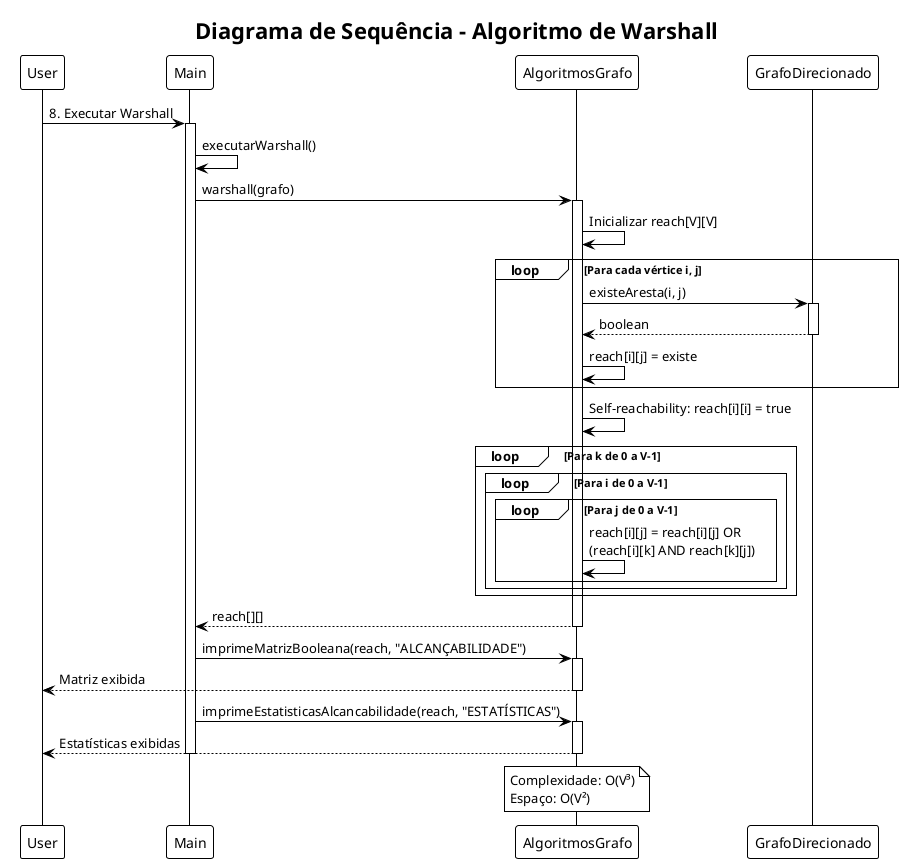
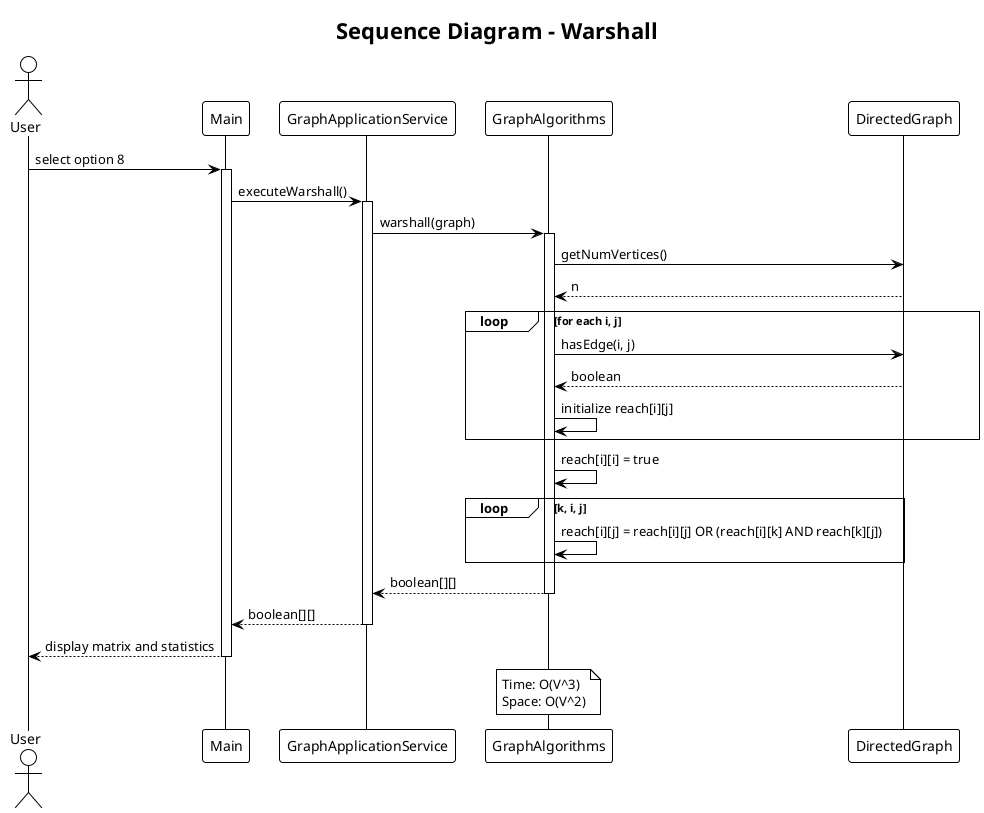
@startuml Warshall_Sequence
!theme plain
- title Diagrama de Sequência - Algoritmo de Warshall
+ title Sequence Diagram - Warshall

- participant User
+ actor User
participant Main
- participant AlgoritmosGrafo
- participant GrafoDirecionado
+ participant GraphApplicationService
+ participant GraphAlgorithms
+ participant DirectedGraph

- User -> Main: 8. Executar Warshall
+ User -> Main: select option 8
activate Main

- Main -> Main: executarWarshall()
+ Main -> GraphApplicationService: executeWarshall()
+ activate GraphApplicationService

- Main -> AlgoritmosGrafo: warshall(grafo)
- activate AlgoritmosGrafo
+ GraphApplicationService -> GraphAlgorithms: warshall(graph)
+ activate GraphAlgorithms

- AlgoritmosGrafo -> AlgoritmosGrafo: Inicializar reach[V][V]
+ GraphAlgorithms -> DirectedGraph: getNumVertices()
+ DirectedGraph --> GraphAlgorithms: n

- loop Para cada vértice i, j
-     AlgoritmosGrafo -> GrafoDirecionado: existeAresta(i, j)
-     activate GrafoDirecionado
-     GrafoDirecionado --> AlgoritmosGrafo: boolean
-     deactivate GrafoDirecionado
-     AlgoritmosGrafo -> AlgoritmosGrafo: reach[i][j] = existe
+ loop for each i, j
+     GraphAlgorithms -> DirectedGraph: hasEdge(i, j)
+     DirectedGraph --> GraphAlgorithms: boolean
+     GraphAlgorithms -> GraphAlgorithms: initialize reach[i][j]
end

- AlgoritmosGrafo -> AlgoritmosGrafo: Self-reachability: reach[i][i] = true
+ GraphAlgorithms -> GraphAlgorithms: reach[i][i] = true

- loop Para k de 0 a V-1
-     loop Para i de 0 a V-1
-         loop Para j de 0 a V-1
-             AlgoritmosGrafo -> AlgoritmosGrafo: reach[i][j] = reach[i][j] OR\n(reach[i][k] AND reach[k][j])
-         end
-     end
+ loop k, i, j
+     GraphAlgorithms -> GraphAlgorithms: reach[i][j] = reach[i][j] OR (reach[i][k] AND reach[k][j])
end

- AlgoritmosGrafo --> Main: reach[][]
- deactivate AlgoritmosGrafo
+ GraphAlgorithms --> GraphApplicationService: boolean[][]
+ deactivate GraphAlgorithms

- Main -> AlgoritmosGrafo: imprimeMatrizBooleana(reach, "ALCANÇABILIDADE")
- activate AlgoritmosGrafo
- AlgoritmosGrafo --> User: Matriz exibida
- deactivate AlgoritmosGrafo
+ GraphApplicationService --> Main: boolean[][]
+ deactivate GraphApplicationService

- Main -> AlgoritmosGrafo: imprimeEstatisticasAlcancabilidade(reach, "ESTATÍSTICAS")
- activate AlgoritmosGrafo
- AlgoritmosGrafo --> User: Estatísticas exibidas
- deactivate AlgoritmosGrafo
- 
+ Main --> User: display matrix and statistics
deactivate Main

- note over AlgoritmosGrafo
-   Complexidade: O(V³)
-   Espaço: O(V²)
+ note over GraphAlgorithms
+   Time: O(V^3)
+   Space: O(V^2)
end note

@enduml
